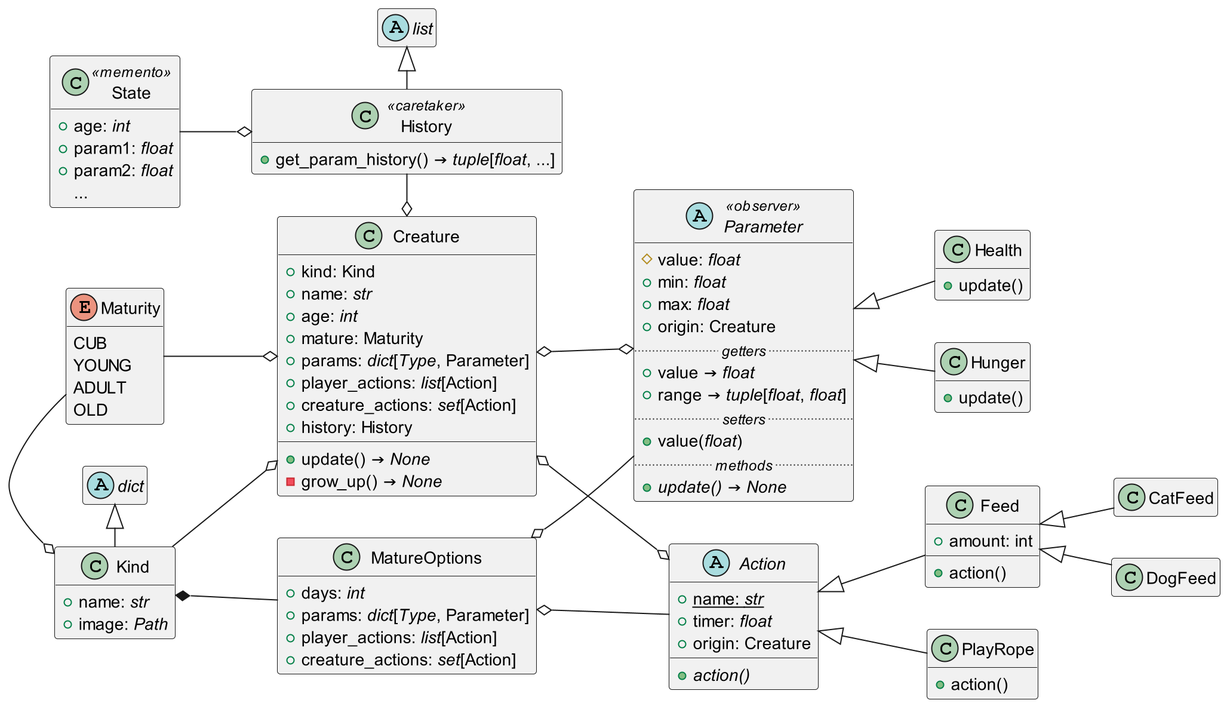
Before: doc/.raster/model.png, a diagram exported from PlantUML (TOP-Python321/_reference_project2).
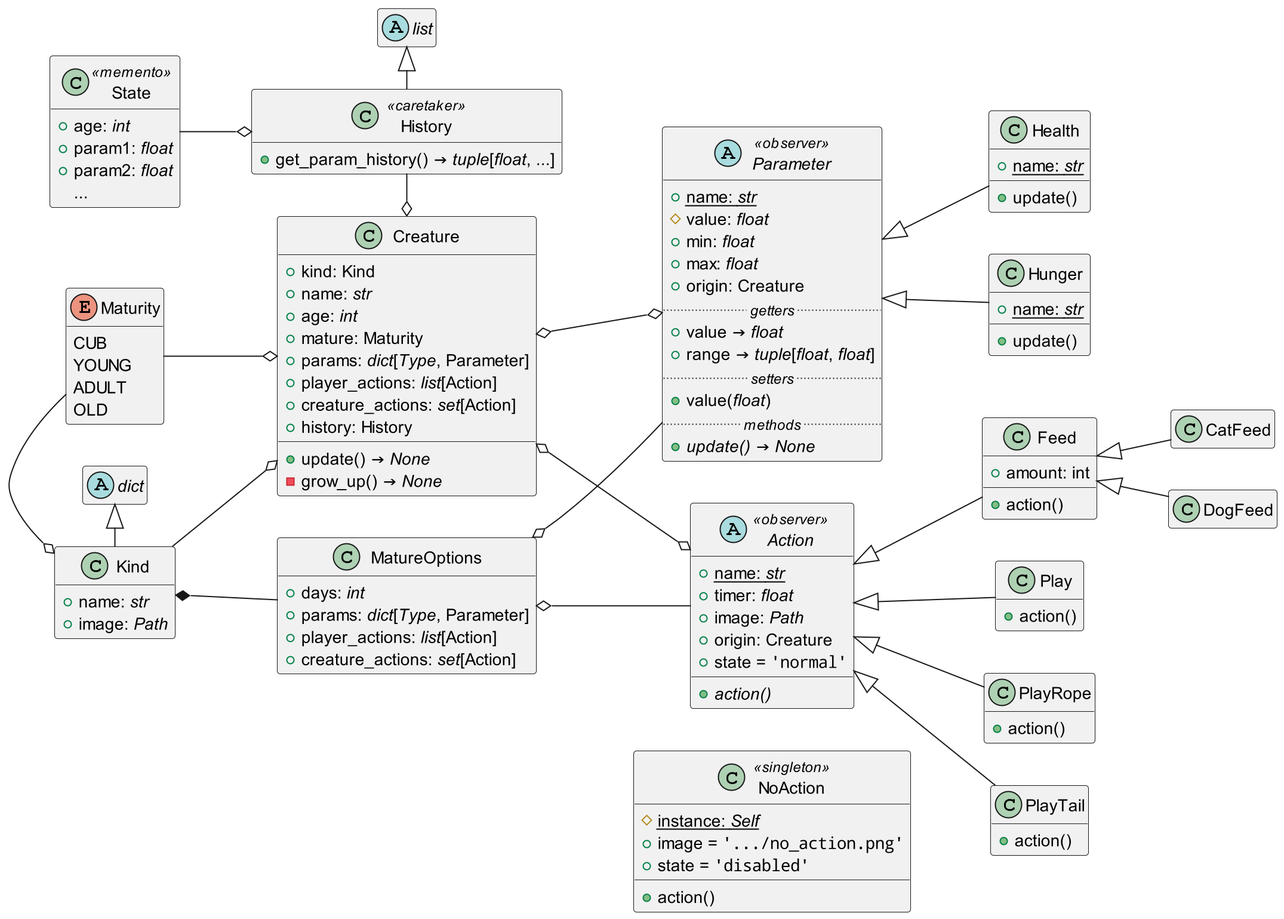
After the commit.

Change to the diagram source:
```diff
@@ -54,6 +54,7 @@
 }
 
 abstract Parameter <<observer>> {
+    +{static}name: <i>str</i>
     #value: <i>float</i>
     +min: <i>float</i>
     +max: <i>float</i>
@@ -67,26 +68,43 @@
     +{abstract}update() → <i>None</i>
 }
 class Health {
+    +{static}name: <i>str</i>
     +update()
 }
 class Hunger {
+    +{static}name: <i>str</i>
     +update()
 }
 
 
 
 
-abstract Action {
+abstract Action <<observer>> {
     +{static}name: <i>str</i>
     +timer: <i>float</i>
+    +image: <i>Path</i>
     +origin: Creature
+    +state = <font:Noto Mono>'normal'</font>
     +{abstract}action()
 }
 class Feed {
     +amount: int
     +action()
 }
+class Play {
+    +action()
+}
 class PlayRope {
+    +action()
+}
+class PlayTail {
+    +action()
+}
+
+class NoAction <<singleton>> {
+    #{static}instance: <i>Self</i>
+    +image = <font:Noto Mono>'.../no_action.png'</font>
+    +state = <font:Noto Mono>'disabled'</font>
     +action()
 }
 
@@ -118,7 +136,12 @@
 Parameter <|-- Hunger
 
 Action <|-- Feed
+Action <|-- Play
 Action <|-- PlayRope
+Action <|-- PlayTail
+
+Action -[hidden] NoAction
+MatureOptions -[hidden] NoAction
 
 Feed <|-- CatFeed
 Feed <|-- DogFeed
```
